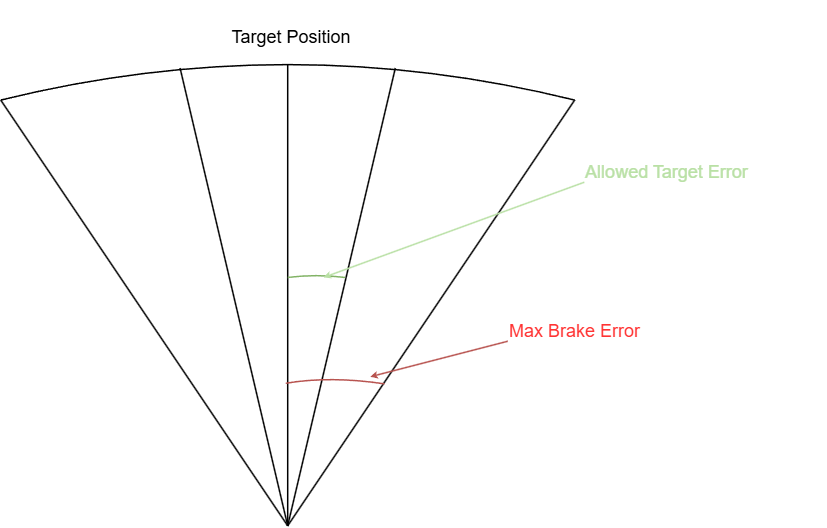
The draw.io diagram docs/_static/manual_images/stow/low_power_stow_diagram.png in iq-motion-control/iq-module-communication-doc, before a commit. Source tidied: cells renumbered, new cells last; positions are measured from the earlier drawing's top-left corner, leaving out a move shared by most shapes.
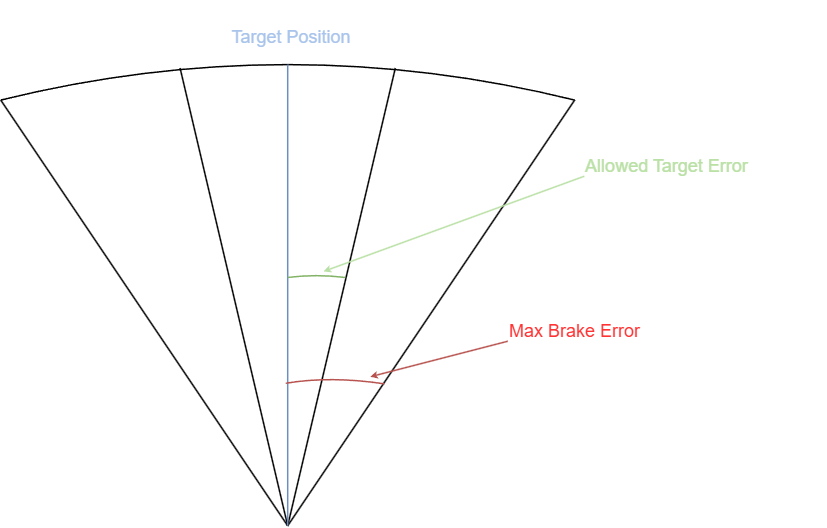
Later version of the same file.

Change to the diagram source:
```diff
@@ -38,13 +38,13 @@
         </Array>
       </mxGeometry>
     </mxCell>
-    <mxCell id="8" style="endArrow=none;html=1;rounded=0;fillColor=#35FF4E;" parent="2" edge="1">
+    <mxCell id="8" style="endArrow=none;html=1;rounded=0;fillColor=#dae8fc;strokeColor=#6c8ebf;" parent="2" edge="1">
       <mxGeometry relative="1" as="geometry">
         <mxPoint x="191.3" y="350" as="sourcePoint" />
         <mxPoint x="191.3" y="42.6" as="targetPoint" />
       </mxGeometry>
     </mxCell>
-    <mxCell id="9" value="&lt;font&gt;Target Position&lt;/font&gt;" style="text;html=1;align=center;verticalAlign=middle;whiteSpace=wrap;rounded=0;" parent="2" vertex="1">
+    <mxCell id="9" value="&lt;font style=&quot;color: rgb(169, 196, 235);&quot;&gt;Target Position&lt;/font&gt;" style="text;html=1;align=center;verticalAlign=middle;whiteSpace=wrap;rounded=0;" parent="2" vertex="1">
       <mxGeometry x="110" width="167.4" height="47.3" as="geometry" />
     </mxCell>
     <mxCell id="10" style="curved=1;endArrow=none;html=1;rounded=0;endFill=0;fillColor=#d5e8d4;strokeColor=#82b366;" parent="2" edge="1">
@@ -57,12 +57,12 @@
       </mxGeometry>
     </mxCell>
     <mxCell id="11" value="&lt;div style=&quot;&quot;&gt;&lt;span style=&quot;background-color: transparent; line-height: 100%;&quot;&gt;&lt;font style=&quot;color: light-dark(rgb(185, 224, 165), rgb(255, 255, 255));&quot;&gt;Allowed Target Error&amp;nbsp;&lt;/font&gt;&lt;/span&gt;&lt;/div&gt;" style="text;html=1;align=center;verticalAlign=middle;whiteSpace=wrap;rounded=0;" parent="2" vertex="1">
-      <mxGeometry x="350" y="89.9" width="191.3" height="47.3" as="geometry" />
+      <mxGeometry x="350" y="85.9" width="191.3" height="47.3" as="geometry" />
     </mxCell>
     <mxCell id="12" style="endArrow=classic;html=1;rounded=0;startSize=2;endSize=2;strokeColor=light-dark(#B9E0A5,#FFFFFF);" parent="2" edge="1">
       <mxGeometry relative="1" as="geometry">
-        <mxPoint x="389" y="121" as="sourcePoint" />
-        <mxPoint x="215.2" y="184.5" as="targetPoint" />
+        <mxPoint x="389" y="117" as="sourcePoint" />
+        <mxPoint x="215.2" y="180.5" as="targetPoint" />
       </mxGeometry>
     </mxCell>
     <mxCell id="13" style="curved=1;endArrow=none;html=1;rounded=0;endFill=0;fillColor=#f8cecc;strokeColor=#b85450;" parent="2" edge="1">
```
